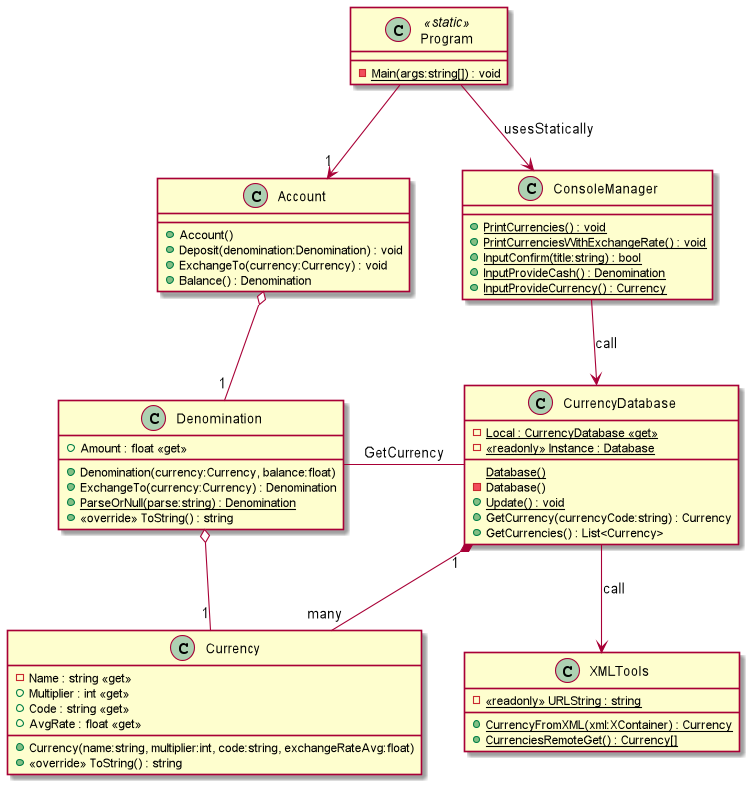
Earlier version of the PlantUML export TM_Lab_1/UMLProject.png (john-bartu/cut-oot).
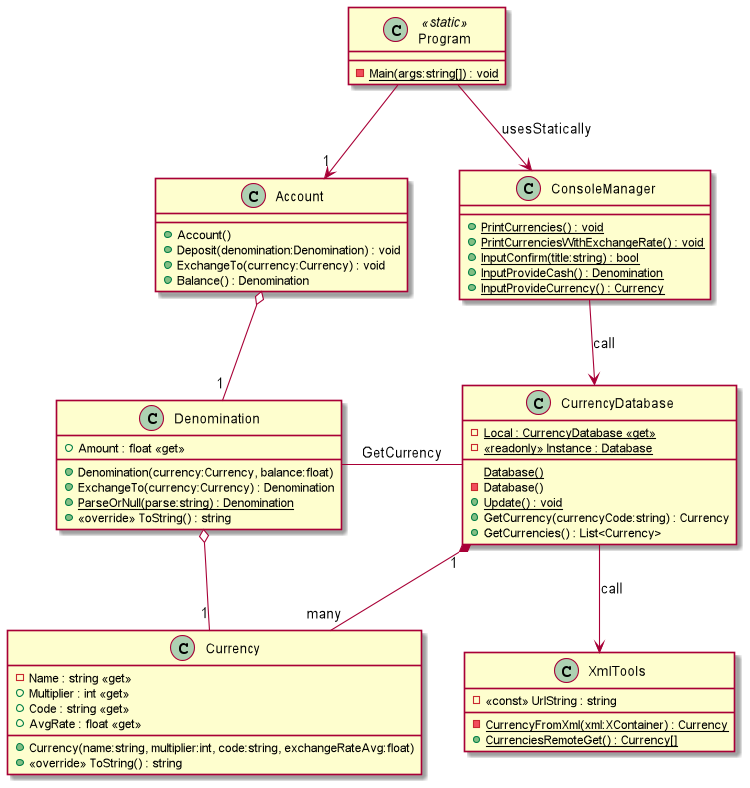
After the commit.

What changed in the source:
```diff
@@ -5,5 +5,5 @@
 !include .\UMLParts\CurrencyDatabase.puml
 !include .\UMLParts\Denomination.puml
 !include .\UMLParts\Program.puml
-!include .\UMLParts\XMLTools.puml
+!include .\UMLParts\XmlTools.puml
 @enduml
```
